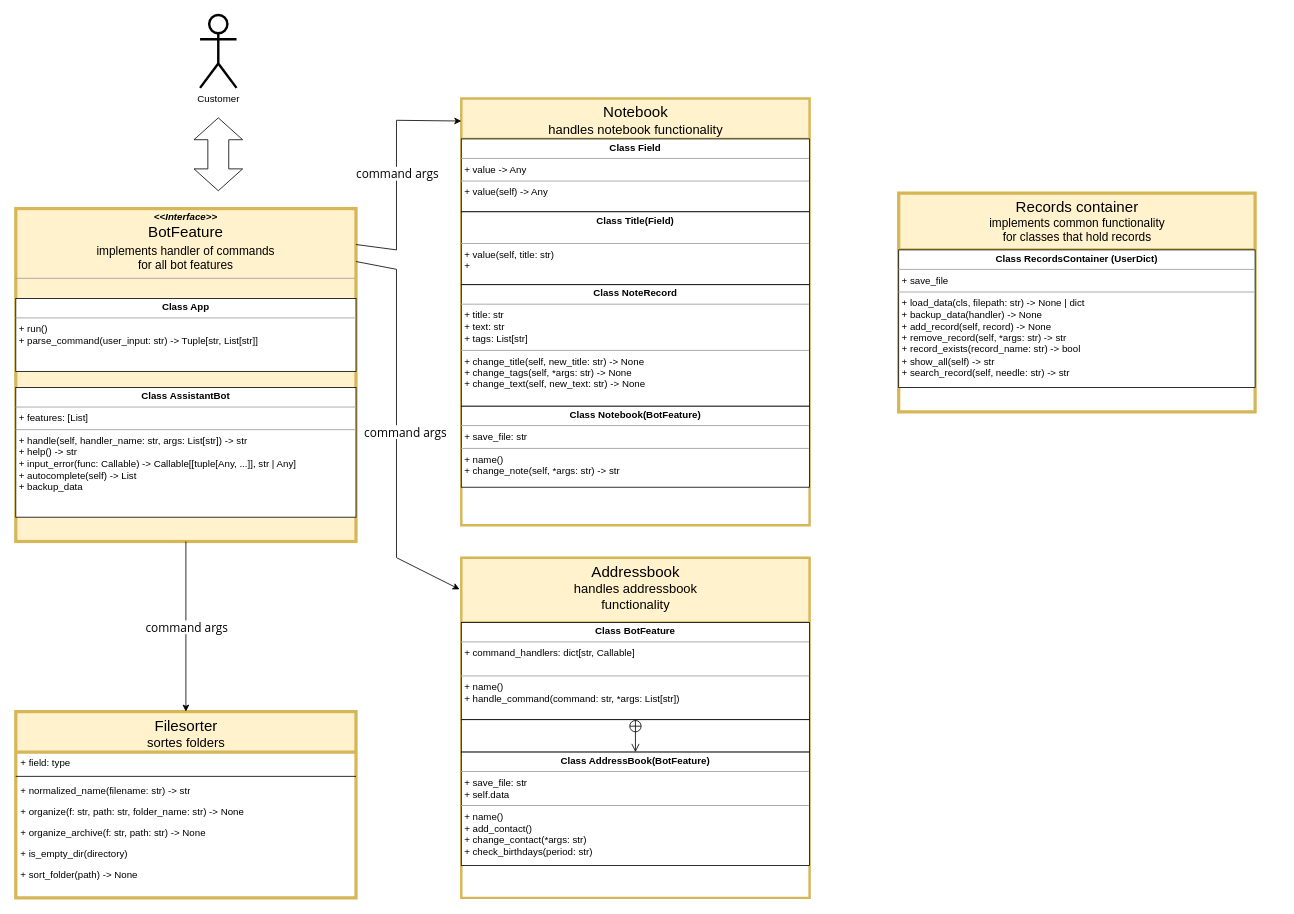
PavelDushinskiy/GoIT-WEB-HW02 keeps this draw.io diagram as helper_bot_team_1.drawio. Above is the earlier version. Source tidied: cells renumbered, new cells numbered last; positions are measured from the earlier drawing's top-left corner, leaving out a move shared by most shapes. Both pictures are drawn from the tidied source at 81%, with x=0, y=0 at pixel (15, 15).
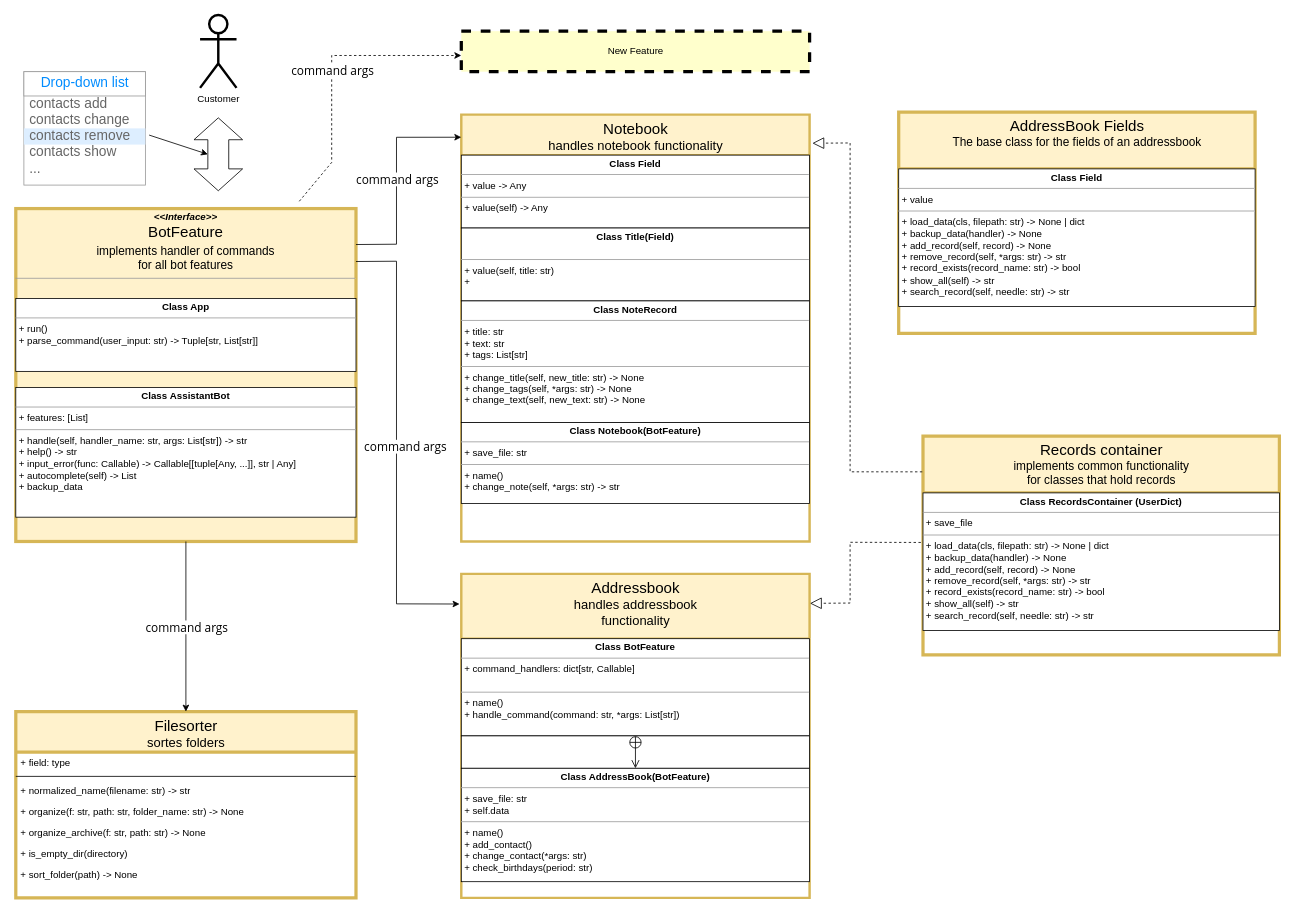
Above is the later version.

The change refers to these unchanged cells:
```xml
<mxCell id="3" value="&lt;p style=&quot;margin:0px;margin-top:4px;text-align:center;&quot;&gt;&lt;b&gt;Class&amp;nbsp;&lt;/b&gt;&lt;b style=&quot;background-color: initial;&quot;&gt;RecordsContainer&amp;nbsp;&lt;/b&gt;&lt;b style=&quot;background-color: initial;&quot;&gt;(UserDict)&lt;/b&gt;&lt;/p&gt;&lt;hr size=&quot;1&quot;&gt;&lt;p style=&quot;margin:0px;margin-left:4px;&quot;&gt;+&amp;nbsp;save_file&lt;/p&gt;&lt;hr size=&quot;1&quot;&gt;&lt;p style=&quot;margin:0px;margin-left:4px;&quot;&gt;+&amp;nbsp;load_data(cls, filepath: str) -&amp;gt; None | dict&lt;/p&gt;&lt;p style=&quot;margin:0px;margin-left:4px;&quot;&gt;+&amp;nbsp;backup_data(handler) -&amp;gt; None&lt;/p&gt;&lt;p style=&quot;margin:0px;margin-left:4px;&quot;&gt;+&amp;nbsp;add_record(self, record) -&amp;gt; None&lt;/p&gt;&lt;p style=&quot;margin:0px;margin-left:4px;&quot;&gt;+&amp;nbsp;remove_record(self, *args: str) -&amp;gt; str&lt;/p&gt;&lt;p style=&quot;margin:0px;margin-left:4px;&quot;&gt;+&amp;nbsp;record_exists(record_name: str) -&amp;gt; bool&lt;/p&gt;&lt;p style=&quot;margin:0px;margin-left:4px;&quot;&gt;+&amp;nbsp;show_all(self) -&amp;gt; str&lt;/p&gt;&lt;p style=&quot;margin:0px;margin-left:4px;&quot;&gt;+&amp;nbsp;search_record(self, needle: str) -&amp;gt; str&lt;/p&gt;&lt;p style=&quot;margin:0px;margin-left:4px;&quot;&gt;&lt;br&gt;&lt;/p&gt;" style="verticalAlign=top;align=left;overflow=fill;fontSize=12;fontFamily=Helvetica;html=1;comic=0;" parent="2" vertex="1">
  <mxGeometry y="70" width="440" height="170" as="geometry" />
</mxCell>
<mxCell id="22" value="&lt;p style=&quot;margin:0px;margin-top:4px;text-align:center;&quot;&gt;&lt;i&gt;&lt;b&gt;&amp;lt;&amp;lt;Interface&amp;gt;&amp;gt;&lt;/b&gt;&lt;/i&gt;&lt;br&gt;&lt;/p&gt;&lt;p style=&quot;line-height:1.2;text-align: center;margin-top:0pt;margin-bottom:0pt;&quot; dir=&quot;ltr&quot;&gt;&lt;span style=&quot;font-size: 14pt; font-family: Arial; color: rgb(0, 0, 0); background-color: transparent; font-weight: 400; font-style: normal; font-variant: normal; text-decoration: none; vertical-align: baseline;&quot;&gt;BotFeature&lt;/span&gt;&lt;/p&gt;&lt;p style=&quot;margin:0px;margin-top:4px;text-align:center;&quot;&gt;&lt;span id=&quot;docs-internal-guid-a344973a-7fff-190a-9e88-1d810033c727&quot;&gt;&lt;/span&gt;&lt;/p&gt;&lt;p style=&quot;line-height:1.2;text-align: center;margin-top:0pt;margin-bottom:0pt;&quot; dir=&quot;ltr&quot;&gt;&lt;span style=&quot;font-size: 11pt; font-family: Arial; color: rgb(0, 0, 0); background-color: transparent; font-weight: 400; font-style: normal; font-variant: normal; text-decoration: none; vertical-align: baseline;&quot;&gt;implements handler of commands &lt;br&gt;for all bot features&lt;/span&gt;&lt;/p&gt;&lt;hr size=&quot;1&quot;&gt;&lt;p style=&quot;margin:0px;margin-left:4px;&quot;&gt;&lt;br&gt;&lt;/p&gt;" style="verticalAlign=top;align=left;overflow=fill;fontSize=12;fontFamily=Helvetica;html=1;rounded=0;shadow=0;comic=0;labelBackgroundColor=none;strokeWidth=4;fillColor=#fff2cc;strokeColor=#d6b656;" parent="1" vertex="1">
  <mxGeometry y="239" width="420" height="411" as="geometry" />
</mxCell>
<mxCell id="24" style="html=1;shadow=0;dashed=0;align=center;verticalAlign=middle;shape=mxgraph.arrows2.twoWayArrow;dy=0.57;dx=27;comic=0;direction=south;" parent="1" vertex="1">
  <mxGeometry x="220" y="127" width="60" height="90" as="geometry" />
</mxCell>
```

The edit, as a diff of the source:
```diff
@@
     <mxCell id="2" value="&lt;span id=&quot;docs-internal-guid-6816174d-7fff-ccf1-88b6-65116feb5ed2&quot; style=&quot;font-weight:normal;&quot;&gt;&lt;p style=&quot;line-height: 1.2; margin-top: 0pt; margin-bottom: 0pt;&quot; dir=&quot;ltr&quot;&gt;&lt;span style=&quot;font-size: 14pt; font-family: Arial; background-color: transparent; font-variant-numeric: normal; font-variant-east-asian: normal; vertical-align: baseline;&quot;&gt;Records container&lt;/span&gt;&lt;/p&gt;&lt;p style=&quot;line-height: 1.2; margin-top: 0pt; margin-bottom: 0pt;&quot; dir=&quot;ltr&quot;&gt;&lt;span style=&quot;font-size: 11pt; font-family: Arial; background-color: transparent; font-variant-numeric: normal; font-variant-east-asian: normal; vertical-align: baseline;&quot;&gt;implements common functionality &lt;br&gt;for classes that hold records&lt;/span&gt;&lt;/p&gt;&lt;div&gt;&lt;span style=&quot;font-size: 11pt; font-family: Arial; background-color: transparent; font-variant-numeric: normal; font-variant-east-asian: normal; vertical-align: baseline;&quot;&gt;&lt;br&gt;&lt;/span&gt;&lt;/div&gt;&lt;/span&gt;" style="swimlane;html=1;fontStyle=1;align=center;verticalAlign=top;horizontal=1;startSize=70;swimlaneFillColor=#ffffff;rounded=0;shadow=0;comic=0;labelBackgroundColor=none;strokeWidth=4;fillColor=#fff2cc;fontFamily=Verdana;fontSize=12;strokeColor=#d6b656;" parent="1" vertex="1">
-      <mxGeometry x="1090" y="220" width="440" height="270" as="geometry" />
+      <mxGeometry x="1120" y="520" width="440" height="270" as="geometry" />
     </mxCell>
@@
     <mxCell id="4" value="&lt;span id=&quot;docs-internal-guid-518b5261-7fff-1eaa-3dbb-43b548479f24&quot; style=&quot;font-weight:normal;&quot;&gt;&lt;p style=&quot;line-height: 1.2; margin-top: 0pt; margin-bottom: 0pt;&quot; dir=&quot;ltr&quot;&gt;&lt;span style=&quot;font-size: 14pt; font-family: Arial; background-color: transparent; font-variant-numeric: normal; font-variant-east-asian: normal; vertical-align: baseline;&quot;&gt;Notebook&lt;/span&gt;&lt;/p&gt;&lt;p style=&quot;line-height: 1.2; margin-top: 0pt; margin-bottom: 0pt;&quot; dir=&quot;ltr&quot;&gt;&lt;span style=&quot;font-size: 12pt; font-family: Arial; background-color: transparent; font-variant-numeric: normal; font-variant-east-asian: normal; vertical-align: baseline;&quot;&gt;handles notebook functionality&lt;/span&gt;&lt;/p&gt;&lt;div&gt;&lt;span style=&quot;font-size: 12pt; font-family: Arial; background-color: transparent; font-variant-numeric: normal; font-variant-east-asian: normal; vertical-align: baseline;&quot;&gt;&lt;br&gt;&lt;/span&gt;&lt;/div&gt;&lt;/span&gt;" style="swimlane;html=1;fontStyle=1;align=center;verticalAlign=top;horizontal=1;startSize=50;swimlaneFillColor=#ffffff;rounded=0;shadow=0;comic=0;labelBackgroundColor=none;strokeWidth=3;fillColor=#fff2cc;fontFamily=Verdana;fontSize=12;strokeColor=#d6b656;" parent="1" vertex="1">
-      <mxGeometry x="550" y="103" width="430" height="527" as="geometry" />
+      <mxGeometry x="550" y="123" width="430" height="527" as="geometry" />
     </mxCell>
@@
     <mxCell id="17" value="&lt;span id=&quot;docs-internal-guid-90a42072-7fff-7c9c-4a2b-a72deb1d7fb4&quot; style=&quot;font-weight:normal;&quot;&gt;&lt;p style=&quot;line-height: 1.2; margin-top: 0pt; margin-bottom: 0pt;&quot; dir=&quot;ltr&quot;&gt;&lt;span style=&quot;font-size: 14pt; font-family: Arial; background-color: transparent; font-variant-numeric: normal; font-variant-east-asian: normal; vertical-align: baseline;&quot;&gt;Addressbook&lt;/span&gt;&lt;/p&gt;&lt;p style=&quot;line-height: 1.2; margin-top: 0pt; margin-bottom: 0pt;&quot; dir=&quot;ltr&quot;&gt;&lt;span style=&quot;font-size: 12pt; font-family: Arial; background-color: transparent; font-variant-numeric: normal; font-variant-east-asian: normal; vertical-align: baseline;&quot;&gt;handles addressbook &lt;br&gt;functionality&lt;/span&gt;&lt;/p&gt;&lt;div&gt;&lt;span style=&quot;font-size: 12pt; font-family: Arial; background-color: transparent; font-variant-numeric: normal; font-variant-east-asian: normal; vertical-align: baseline;&quot;&gt;&lt;br&gt;&lt;/span&gt;&lt;/div&gt;&lt;/span&gt;" style="swimlane;html=1;fontStyle=1;align=center;verticalAlign=top;horizontal=1;startSize=80;swimlaneFillColor=#ffffff;rounded=0;shadow=0;comic=0;labelBackgroundColor=none;strokeWidth=3;fillColor=#fff2cc;fontFamily=Verdana;fontSize=12;strokeColor=#d6b656;" parent="1" vertex="1">
-      <mxGeometry x="550" y="670" width="430" height="420" as="geometry" />
+      <mxGeometry x="550" y="690" width="430" height="400" as="geometry" />
     </mxCell>
@@
     <mxCell id="27" style="endArrow=classic;html=1;rounded=0;exitX=1;exitY=0.159;exitDx=0;exitDy=0;exitPerimeter=0;entryX=-0.005;entryY=0.093;entryDx=0;entryDy=0;entryPerimeter=0;" parent="1" edge="1" source="22" target="17">
       <mxGeometry relative="1" as="geometry">
         <Array as="points">
-          <mxPoint x="470" y="314" />
-          <mxPoint x="470" y="670" />
+          <mxPoint x="470" y="304" />
+          <mxPoint x="470" y="727" />
         </Array>
       </mxGeometry>
     </mxCell>
@@
     <mxCell id="29" style="endArrow=classic;html=1;rounded=0;entryX=0;entryY=0.053;entryDx=0;entryDy=0;exitX=1;exitY=0.108;exitDx=0;exitDy=0;exitPerimeter=0;entryPerimeter=0;" parent="1" edge="1" source="22" target="4">
       <mxGeometry relative="1" as="geometry">
         <Array as="points">
-          <mxPoint x="470" y="290" />
-          <mxPoint x="470" y="130" />
+          <mxPoint x="470" y="283" />
+          <mxPoint x="470" y="151" />
         </Array>
       </mxGeometry>
     </mxCell>
@@
+    <mxCell id="33" style="strokeWidth=1;shadow=0;dashed=0;align=center;html=1;shape=mxgraph.mockup.forms.rrect;rSize=0;strokeColor=#999999;fillColor=#ffffff;" parent="1" vertex="1">
+      <mxGeometry x="10" y="70" width="150" height="140" as="geometry" />
+    </mxCell>
+    <mxCell id="34" value="Drop-down list" style="strokeWidth=1;shadow=0;dashed=0;align=center;html=1;shape=mxgraph.mockup.forms.rrect;rSize=0;strokeColor=#999999;fontColor=#008cff;fontSize=17;fillColor=#ffffff;" parent="33" vertex="1">
+      <mxGeometry width="150" height="30" relative="1" as="geometry" />
+    </mxCell>
+    <mxCell id="35" value="contacts add" style="strokeWidth=1;shadow=0;dashed=0;align=center;html=1;shape=mxgraph.mockup.forms.anchor;fontSize=17;fontColor=#666666;align=left;spacingLeft=5;fillColor=#FFFFCC;" parent="33" vertex="1">
+      <mxGeometry width="150" height="20" relative="1" as="geometry">
+        <mxPoint y="30" as="offset" />
+      </mxGeometry>
+    </mxCell>
+    <mxCell id="36" value="contacts change" style="strokeWidth=1;shadow=0;dashed=0;align=center;html=1;shape=mxgraph.mockup.forms.anchor;fontSize=17;fontColor=#666666;align=left;spacingLeft=5;fillColor=#FFFFCC;" parent="33" vertex="1">
+      <mxGeometry width="150" height="20" relative="1" as="geometry">
+        <mxPoint y="50" as="offset" />
+      </mxGeometry>
+    </mxCell>
+    <mxCell id="37" value="contacts remove" style="strokeWidth=1;shadow=0;dashed=0;align=center;html=1;shape=mxgraph.mockup.forms.rrect;rSize=0;fontSize=17;fontColor=#666666;align=left;spacingLeft=5;fillColor=#ddeeff;strokeColor=none;" parent="33" vertex="1">
+      <mxGeometry width="150" height="20" relative="1" as="geometry">
+        <mxPoint y="70" as="offset" />
+      </mxGeometry>
+    </mxCell>
+    <mxCell id="38" value="contacts show" style="strokeWidth=1;shadow=0;dashed=0;align=center;html=1;shape=mxgraph.mockup.forms.anchor;fontSize=17;fontColor=#666666;align=left;spacingLeft=5;fillColor=#FFFFCC;" parent="33" vertex="1">
+      <mxGeometry width="150" height="20" relative="1" as="geometry">
+        <mxPoint y="90" as="offset" />
+      </mxGeometry>
+    </mxCell>
+    <mxCell id="39" value="..." style="strokeWidth=1;shadow=0;dashed=0;align=center;html=1;shape=mxgraph.mockup.forms.anchor;fontSize=17;fontColor=#666666;align=left;spacingLeft=5;fillColor=#FFFFCC;" parent="33" vertex="1">
+      <mxGeometry y="110" width="150" height="20" as="geometry" />
+    </mxCell>
+    <mxCell id="40" style="endArrow=classic;html=1;rounded=0;entryX=0.5;entryY=0;entryDx=0;entryDy=42.900000000000006;entryPerimeter=0;exitX=1.031;exitY=0.414;exitDx=0;exitDy=0;exitPerimeter=0;" parent="1" edge="1" source="37" target="24">
+      <mxGeometry relative="1" as="geometry" />
+    </mxCell>
+    <mxCell id="41" style="endArrow=block;dashed=1;endFill=0;endSize=12;html=1;rounded=0;exitX=-0.002;exitY=0.163;exitDx=0;exitDy=0;exitPerimeter=0;entryX=1.008;entryY=0.067;entryDx=0;entryDy=0;entryPerimeter=0;" parent="1" edge="1" source="2" target="4">
+      <mxGeometry relative="1" as="geometry">
+        <Array as="points">
+          <mxPoint x="1030" y="564" />
+          <mxPoint x="1030" y="158" />
+        </Array>
+      </mxGeometry>
+    </mxCell>
+    <mxCell id="42" style="endArrow=block;dashed=1;endFill=0;endSize=12;html=1;rounded=0;exitX=-0.006;exitY=0.36;exitDx=0;exitDy=0;exitPerimeter=0;entryX=1.001;entryY=0.091;entryDx=0;entryDy=0;entryPerimeter=0;" parent="1" edge="1" source="3" target="17">
+      <mxGeometry relative="1" as="geometry">
+        <Array as="points">
+          <mxPoint x="1030" y="651" />
+          <mxPoint x="1030" y="726" />
+        </Array>
+      </mxGeometry>
+    </mxCell>
+    <mxCell id="43" style="endArrow=classic;html=1;rounded=0;entryX=0;entryY=0.053;entryDx=0;entryDy=0;entryPerimeter=0;dashed=1;" parent="1" edge="1">
+      <mxGeometry relative="1" as="geometry">
+        <mxPoint x="350" y="230" as="sourcePoint" />
+        <mxPoint x="550" y="50" as="targetPoint" />
+        <Array as="points">
+          <mxPoint x="390" y="182" />
+          <mxPoint x="390" y="50" />
+        </Array>
+      </mxGeometry>
+    </mxCell>
+    <mxCell id="44" value="&lt;span id=&quot;docs-internal-guid-57130b2d-7fff-98e4-8f3b-f126c4550c7a&quot;&gt;&lt;span style=&quot;font-size: 11pt; font-family: &amp;quot;Open Sans&amp;quot;, sans-serif; background-color: transparent; font-variant-numeric: normal; font-variant-east-asian: normal; vertical-align: baseline;&quot;&gt;command args&lt;/span&gt;&lt;/span&gt;" style="edgeLabel;html=1;align=center;verticalAlign=middle;" parent="43" vertex="1">
+      <mxGeometry relative="1" as="geometry" />
+    </mxCell>
+    <mxCell id="45" value="New Feature" style="html=1;strokeWidth=4;fillColor=#FFFFCC;dashed=1;" parent="1" vertex="1">
+      <mxGeometry x="550" y="20" width="430" height="50" as="geometry" />
+    </mxCell>
+    <mxCell id="46" value="&lt;span id=&quot;docs-internal-guid-6816174d-7fff-ccf1-88b6-65116feb5ed2&quot; style=&quot;&quot;&gt;&lt;p style=&quot;font-weight: normal; line-height: 1.2; margin-top: 0pt; margin-bottom: 0pt;&quot; dir=&quot;ltr&quot;&gt;&lt;font face=&quot;Arial&quot;&gt;&lt;span style=&quot;font-size: 18.6667px;&quot;&gt;AddressBook Fields&lt;/span&gt;&lt;/font&gt;&lt;/p&gt;&lt;p style=&quot;line-height: 1.2; margin-top: 0pt; margin-bottom: 0pt;&quot; dir=&quot;ltr&quot;&gt;&lt;font face=&quot;Arial&quot;&gt;&lt;span style=&quot;font-size: 14.6667px; font-weight: 400;&quot;&gt;The base class for the fields of an addressbook&lt;/span&gt;&lt;/font&gt;&lt;br&gt;&lt;/p&gt;&lt;/span&gt;" style="swimlane;html=1;fontStyle=1;align=center;verticalAlign=top;horizontal=1;startSize=70;swimlaneFillColor=#ffffff;rounded=0;shadow=0;comic=0;labelBackgroundColor=none;strokeWidth=4;fillColor=#fff2cc;fontFamily=Verdana;fontSize=12;strokeColor=#d6b656;" parent="1" vertex="1">
+      <mxGeometry x="1090" y="120" width="440" height="273" as="geometry" />
+    </mxCell>
+    <mxCell id="47" value="&lt;p style=&quot;margin:0px;margin-top:4px;text-align:center;&quot;&gt;&lt;b&gt;Class&amp;nbsp;&lt;/b&gt;&lt;b style=&quot;background-color: initial;&quot;&gt;Field&lt;/b&gt;&lt;/p&gt;&lt;hr size=&quot;1&quot;&gt;&lt;p style=&quot;margin:0px;margin-left:4px;&quot;&gt;+ value&lt;/p&gt;&lt;hr size=&quot;1&quot;&gt;&lt;p style=&quot;margin:0px;margin-left:4px;&quot;&gt;+&amp;nbsp;load_data(cls, filepath: str) -&amp;gt; None | dict&lt;/p&gt;&lt;p style=&quot;margin:0px;margin-left:4px;&quot;&gt;+&amp;nbsp;backup_data(handler) -&amp;gt; None&lt;/p&gt;&lt;p style=&quot;margin:0px;margin-left:4px;&quot;&gt;+&amp;nbsp;add_record(self, record) -&amp;gt; None&lt;/p&gt;&lt;p style=&quot;margin:0px;margin-left:4px;&quot;&gt;+&amp;nbsp;remove_record(self, *args: str) -&amp;gt; str&lt;/p&gt;&lt;p style=&quot;margin:0px;margin-left:4px;&quot;&gt;+&amp;nbsp;record_exists(record_name: str) -&amp;gt; bool&lt;/p&gt;&lt;p style=&quot;margin:0px;margin-left:4px;&quot;&gt;+&amp;nbsp;show_all(self) -&amp;gt; str&lt;/p&gt;&lt;p style=&quot;margin:0px;margin-left:4px;&quot;&gt;+&amp;nbsp;search_record(self, needle: str) -&amp;gt; str&lt;/p&gt;&lt;p style=&quot;margin:0px;margin-left:4px;&quot;&gt;&lt;br&gt;&lt;/p&gt;" style="verticalAlign=top;align=left;overflow=fill;fontSize=12;fontFamily=Helvetica;html=1;comic=0;" parent="46" vertex="1">
+      <mxGeometry y="70" width="440" height="170" as="geometry" />
+    </mxCell>
```
